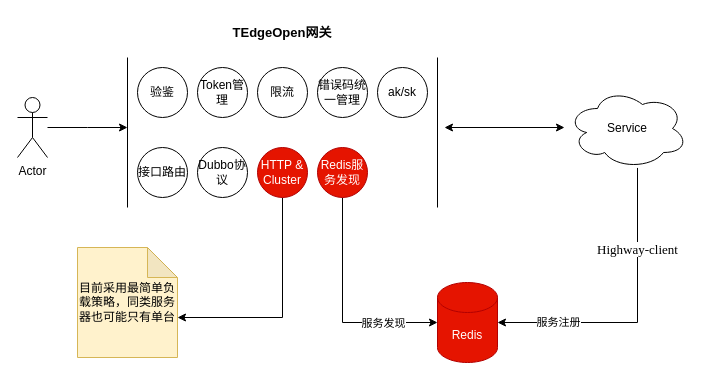
Earlier version of the draw.io diagram TEdgeOpen.drawio (gitcodeporter/draw-uml). Source tidied: cells renumbered, new cells numbered last; positions are measured from the earlier drawing's top-left corner, leaving out a move shared by most shapes. Both pictures are drawn from the tidied source at 100%, with x=0, y=0 at pixel (17, 17).
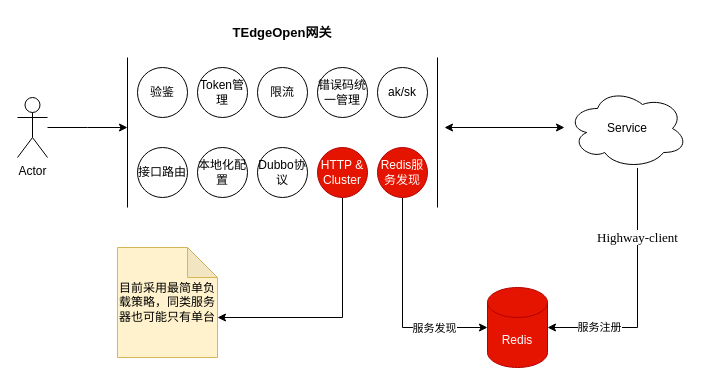
The same diagram, later.

The change refers to these unchanged cells:
```xml
<mxCell id="21" value="Service" style="ellipse;shape=cloud;whiteSpace=wrap;html=1;" parent="1" vertex="1">
  <mxGeometry x="550" y="71" width="120" height="80" as="geometry" />
</mxCell>
```

The edit, as a diff of the source:
```diff
@@
     <mxCell id="7" style="edgeStyle=orthogonalEdgeStyle;rounded=0;jettySize=auto;html=1;entryX=0;entryY=0;entryDx=100;entryDy=70;entryPerimeter=0;fontFamily=Garamond;fontSize=13;" parent="1" edge="1" source="8" target="23">
       <mxGeometry relative="1" as="geometry">
         <Array as="points">
-          <mxPoint x="265" y="300" />
+          <mxPoint x="325" y="300" />
         </Array>
       </mxGeometry>
     </mxCell>
     <mxCell id="8" value="HTTP &amp;amp; Cluster" style="ellipse;whiteSpace=wrap;html=1;fillColor=#e51400;strokeColor=#B20000;fontColor=#ffffff;" parent="1" vertex="1">
-      <mxGeometry x="240" y="130" width="50" height="50" as="geometry" />
+      <mxGeometry x="300" y="130" width="50" height="50" as="geometry" />
     </mxCell>
@@
     <mxCell id="13" style="edgeStyle=orthogonalEdgeStyle;rounded=0;jettySize=auto;html=1;entryX=0;entryY=0.5;entryDx=0;entryDy=0;entryPerimeter=0;" parent="1" edge="1" source="15" target="24">
       <mxGeometry relative="1" as="geometry">
         <Array as="points">
-          <mxPoint x="325" y="305" />
+          <mxPoint x="385" y="310" />
         </Array>
       </mxGeometry>
     </mxCell>
@@
     <mxCell id="15" value="Redis服务发现" style="ellipse;whiteSpace=wrap;html=1;fillColor=#e51400;strokeColor=#B20000;fontColor=#ffffff;" parent="1" vertex="1">
-      <mxGeometry x="300" y="130" width="50" height="50" as="geometry" />
+      <mxGeometry x="360" y="130" width="50" height="50" as="geometry" />
     </mxCell>
-    <mxCell id="16" value="Dubbo协议" style="ellipse;whiteSpace=wrap;html=1;" parent="1" vertex="1">
+    <mxCell id="16" value="本地化配置" style="ellipse;whiteSpace=wrap;html=1;" parent="1" vertex="1">
       <mxGeometry x="180" y="130" width="50" height="50" as="geometry" />
     </mxCell>
@@
     <mxCell id="18" style="edgeStyle=orthogonalEdgeStyle;rounded=0;jettySize=auto;html=1;entryX=1;entryY=0.5;entryDx=0;entryDy=0;entryPerimeter=0;" parent="1" edge="1" source="21" target="24">
       <mxGeometry relative="1" as="geometry">
         <Array as="points">
-          <mxPoint x="620" y="305" />
+          <mxPoint x="620" y="310" />
         </Array>
       </mxGeometry>
     </mxCell>
@@
     <mxCell id="23" value="目前采用最简单负载策略，同类服务器也可能只有单台" style="shape=note;whiteSpace=wrap;html=1;backgroundOutline=1;darkOpacity=0.05;fillColor=#fff2cc;strokeColor=#d6b656;fontFamily=Garamond;" parent="1" vertex="1">
-      <mxGeometry x="60" y="230" width="100" height="110" as="geometry" />
+      <mxGeometry x="100" y="230" width="100" height="110" as="geometry" />
     </mxCell>
     <mxCell id="24" value="Redis" style="shape=cylinder3;whiteSpace=wrap;html=1;boundedLbl=1;backgroundOutline=1;size=15;fillColor=#e51400;strokeColor=#B20000;fontColor=#ffffff;" parent="1" vertex="1">
-      <mxGeometry x="420" y="265" width="60" height="80" as="geometry" />
+      <mxGeometry x="470" y="270" width="60" height="80" as="geometry" />
     </mxCell>
@@
+    <mxCell id="26" value="Dubbo协议" style="ellipse;whiteSpace=wrap;html=1;" parent="1" vertex="1">
+      <mxGeometry x="240" y="130" width="50" height="50" as="geometry" />
+    </mxCell>
```
